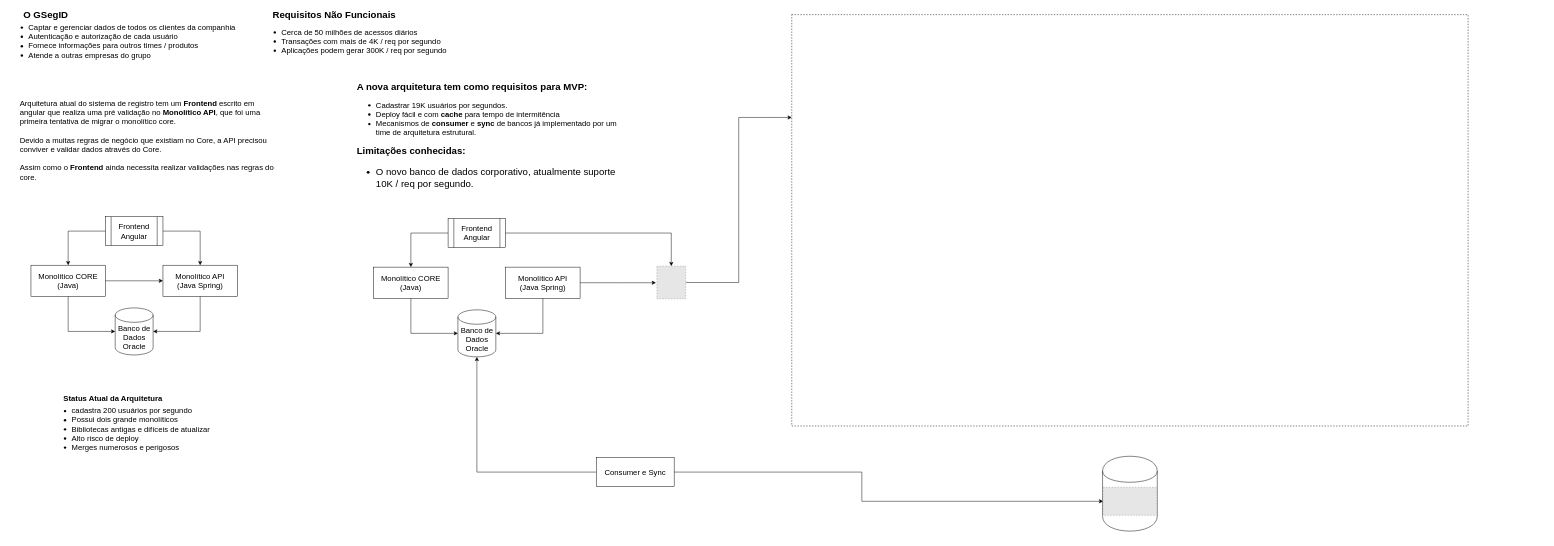
Earlier version of the draw.io diagram whiteboard.drawio (fapereira1/diagrams-design). Source tidied: cells renumbered, new cells numbered last; positions are measured from the earlier drawing's top-left corner, leaving out a move shared by most shapes. Both pictures are drawn from the tidied source at 48%, with x=0, y=0 at pixel (8, 9). Pictures stored in the file or linked from it are replaced by grey dashed boxes.
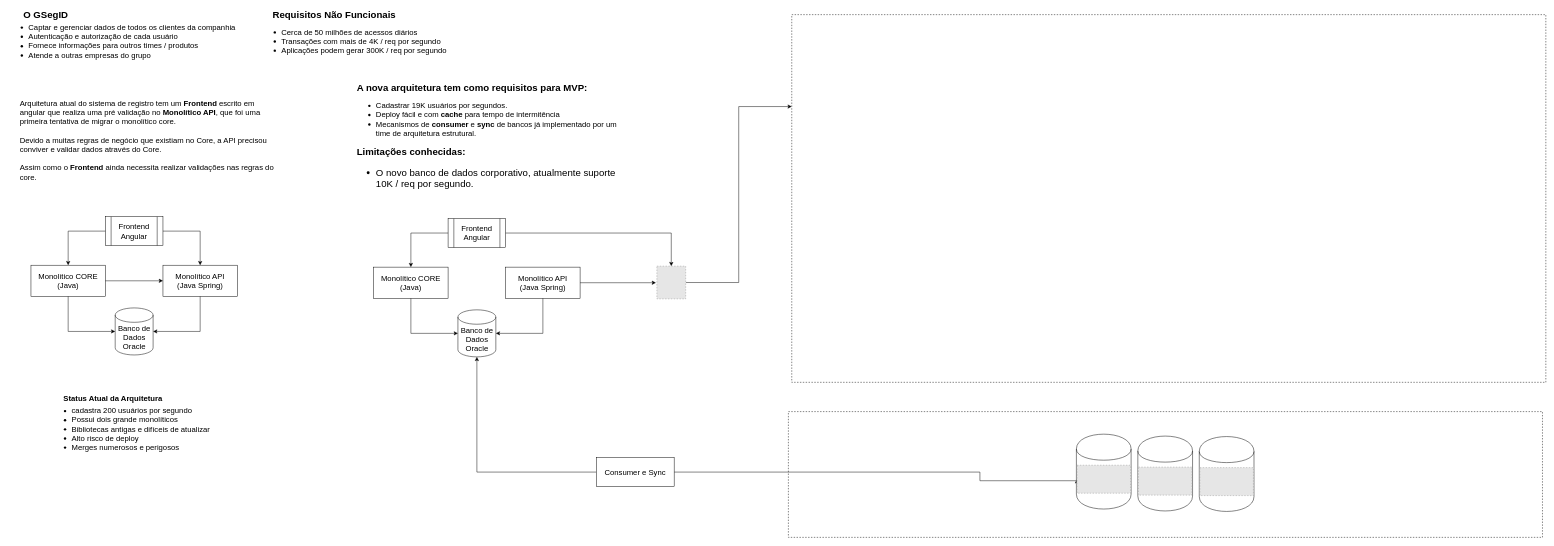
The same diagram, later.

Unchanged cells that the change refers to:
```xml
<mxCell id="32" value="Consumer e Sync" style="rounded=0;whiteSpace=wrap;html=1;fontSize=16;align=center;" parent="1" vertex="1">
  <mxGeometry x="1225" y="934" width="162" height="60" as="geometry" />
</mxCell>
<mxCell id="35" style="fillColor=#E6E6E6;strokeColor=#999999;dashed=1;verticalLabelPosition=bottom;labelBackgroundColor=#ffffff;verticalAlign=top;" parent="33" vertex="1">
  <mxGeometry x="1.2" y="64.7" width="111.6" height="58.3" as="geometry" />
</mxCell>
```

Change to the diagram source:
```diff
@@
+    <mxCell id="39" style="rounded=0;whiteSpace=wrap;html=1;fontSize=16;align=center;dashed=1;" parent="1" vertex="1">
+      <mxGeometry x="1625" y="838" width="1571" height="262" as="geometry" />
+    </mxCell>
@@
     <mxCell id="27" value="&lt;b style=&quot;font-size: 20px&quot;&gt;A nova arquitetura tem como requisitos para MVP:&lt;/b&gt;&lt;br&gt;&lt;ul&gt;&lt;li&gt;Cadastrar 19K usuários por segundos.&lt;/li&gt;&lt;li&gt;Deploy fácil e com &lt;b&gt;cache &lt;/b&gt;para tempo de intermitência&lt;/li&gt;&lt;li&gt;Mecanismos de &lt;b&gt;consumer &lt;/b&gt;e &lt;b&gt;sync &lt;/b&gt;de bancos já implementado por um time de arquitetura estrutural.&amp;nbsp;&lt;/li&gt;&lt;/ul&gt;&lt;div style=&quot;font-size: 20px&quot;&gt;&lt;b&gt;&lt;font style=&quot;font-size: 20px&quot;&gt;Limitações conhecidas:&lt;/font&gt;&lt;/b&gt;&lt;/div&gt;&lt;div style=&quot;font-size: 20px&quot;&gt;&lt;ul&gt;&lt;li&gt;O novo banco de dados corporativo, atualmente suporte 10K / req por segundo.&lt;/li&gt;&lt;/ul&gt;&lt;/div&gt;" style="text;html=1;strokeColor=none;fillColor=none;align=left;verticalAlign=middle;whiteSpace=wrap;rounded=0;fontSize=16;" parent="1" vertex="1">
-      <mxGeometry x="724" y="144" width="548" height="256" as="geometry" />
+      <mxGeometry x="724" y="144" width="548" height="258" as="geometry" />
     </mxCell>
@@
     <mxCell id="31" style="edgeStyle=orthogonalEdgeStyle;rounded=0;jettySize=auto;html=1;fontSize=16;entryX=0;entryY=0.5;entryDx=0;entryDy=0;" parent="1" edge="1" source="32" target="35">
       <mxGeometry relative="1" as="geometry">
         <Array as="points">
-          <mxPoint x="1778" y="964" />
-          <mxPoint x="1778" y="1025" />
+          <mxPoint x="2024" y="964" />
+          <mxPoint x="2024" y="982" />
         </Array>
       </mxGeometry>
     </mxCell>
@@
     <mxCell id="33" style="group;" parent="1" vertex="1">
-      <mxGeometry x="2279.5" y="931" width="114" height="156" as="geometry" />
+      <mxGeometry x="2225" y="885" width="114" height="156" as="geometry" />
     </mxCell>
@@
     <mxCell id="36" style="rounded=0;whiteSpace=wrap;html=1;fontSize=16;align=center;dashed=1;" parent="1" vertex="1">
-      <mxGeometry x="1632" y="11" width="1409" height="857" as="geometry" />
+      <mxGeometry x="1632" y="11" width="1571" height="766" as="geometry" />
     </mxCell>
@@
+    <mxCell id="40" style="group;" parent="1" vertex="1">
+      <mxGeometry x="2353" y="892" width="114" height="156" as="geometry" />
+    </mxCell>
+    <mxCell id="41" style="shape=cylinder;whiteSpace=wrap;html=1;boundedLbl=1;backgroundOutline=1;fontSize=16;align=center;" parent="40" vertex="1">
+      <mxGeometry y="-3" width="114" height="156" as="geometry" />
+    </mxCell>
+    <mxCell id="42" style="fillColor=#E6E6E6;strokeColor=#999999;dashed=1;verticalLabelPosition=bottom;labelBackgroundColor=#ffffff;verticalAlign=top;" parent="40" vertex="1">
+      <mxGeometry x="1.2" y="61.7" width="111.6" height="58.3" as="geometry" />
+    </mxCell>
+    <mxCell id="43" style="group;" parent="1" vertex="1">
+      <mxGeometry x="2481" y="890" width="114" height="156" as="geometry" />
+    </mxCell>
+    <mxCell id="44" style="shape=cylinder;whiteSpace=wrap;html=1;boundedLbl=1;backgroundOutline=1;fontSize=16;align=center;" parent="43" vertex="1">
+      <mxGeometry width="114" height="156" as="geometry" />
+    </mxCell>
+    <mxCell id="45" style="fillColor=#E6E6E6;strokeColor=#999999;dashed=1;verticalLabelPosition=bottom;labelBackgroundColor=#ffffff;verticalAlign=top;" parent="43" vertex="1">
+      <mxGeometry x="1.2" y="64.7" width="111.6" height="58.3" as="geometry" />
+    </mxCell>
```
